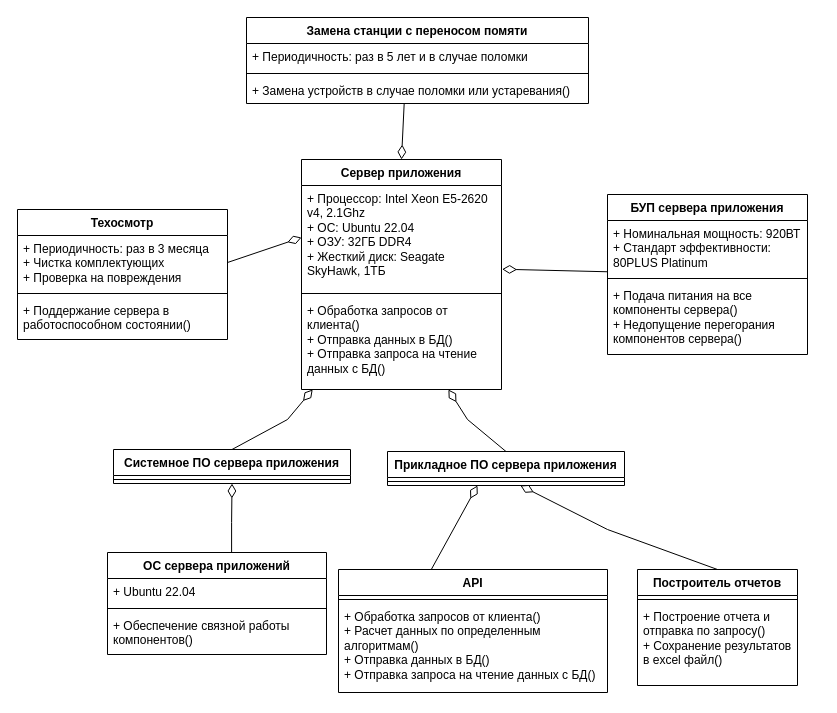
Earlier version of the draw.io diagram Определение модели НООП "Сервер приложения".drawio (hiff0/db-city-council). Source tidied: cells renumbered, new cells numbered last; positions are measured from the earlier drawing's top-left corner, leaving out a move shared by most shapes. Both pictures are drawn from the tidied source at 100%, with x=0, y=0 at pixel (17, 17).
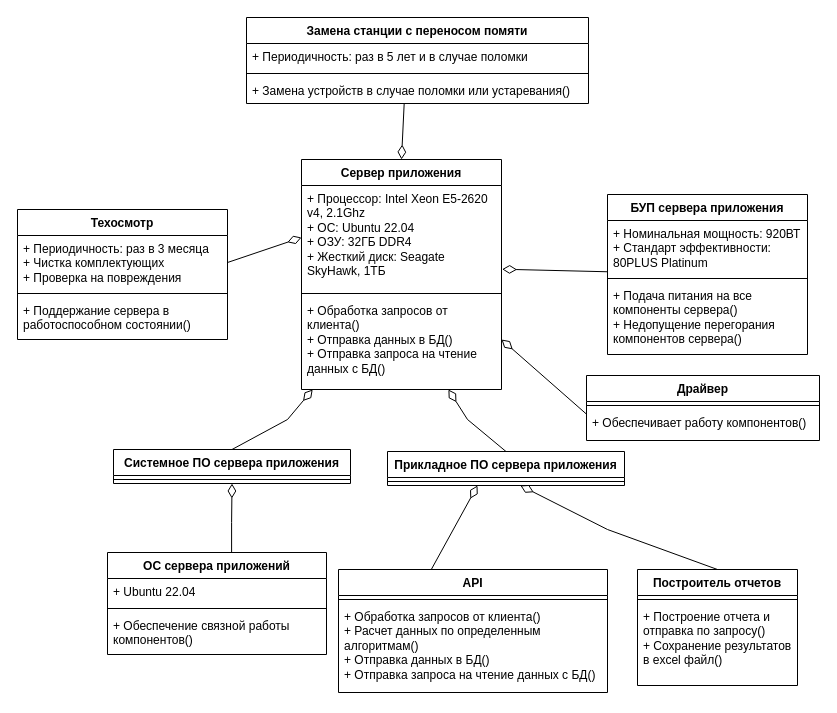
After the change.

Diff of the diagram source:
```diff
@@
+    <mxCell id="40" value="Драйвер" style="swimlane;fontStyle=1;align=center;verticalAlign=top;horizontal=1;startSize=26;whiteSpace=wrap;html=1;" parent="1" vertex="1">
+      <mxGeometry x="569" y="358" width="233" height="65" as="geometry" />
+    </mxCell>
+    <mxCell id="41" style="line;strokeWidth=1;fillColor=none;align=left;verticalAlign=middle;spacingTop=-1;spacingLeft=3;spacingRight=3;labelPosition=right;strokeColor=inherit;" parent="40" vertex="1">
+      <mxGeometry y="26" width="233" height="8" as="geometry" />
+    </mxCell>
+    <mxCell id="42" value="+ Обеспечивает работу компонентов()" style="text;strokeColor=none;fillColor=none;align=left;verticalAlign=top;spacingLeft=4;spacingRight=4;overflow=hidden;points=[[0,0.5],[1,0.5]];portConstraint=eastwest;whiteSpace=wrap;html=1;" parent="40" vertex="1">
+      <mxGeometry y="34" width="233" height="31" as="geometry" />
+    </mxCell>
+    <mxCell id="43" style="endArrow=diamondThin;endFill=0;endSize=12;html=1;rounded=0;exitX=0.001;exitY=0.156;exitDx=0;exitDy=0;exitPerimeter=0;entryX=1;entryY=0.5;entryDx=0;entryDy=0;" parent="1" edge="1" source="42">
+      <mxGeometry relative="1" as="geometry">
+        <mxPoint x="484" y="322" as="targetPoint" />
+      </mxGeometry>
+    </mxCell>
```
